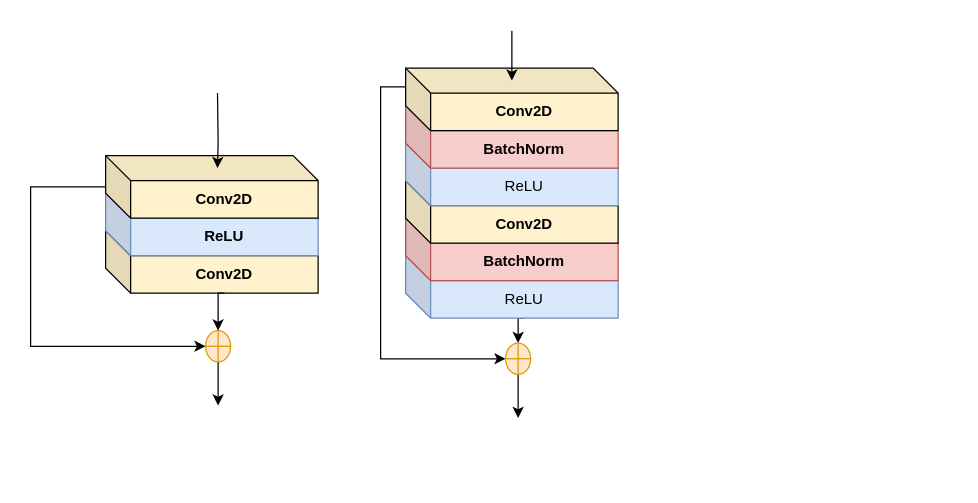
Before: Untitled Diagram.drawio in Harshra1-ultra/HARSH_RAJ, a draw.io diagram. Source tidied: cells renumbered, new cells numbered last; positions are measured from the earlier drawing's top-left corner, leaving out a move shared by most shapes. Both pictures are drawn from the tidied source at 125%, with x=0, y=0 at pixel (30, 30).
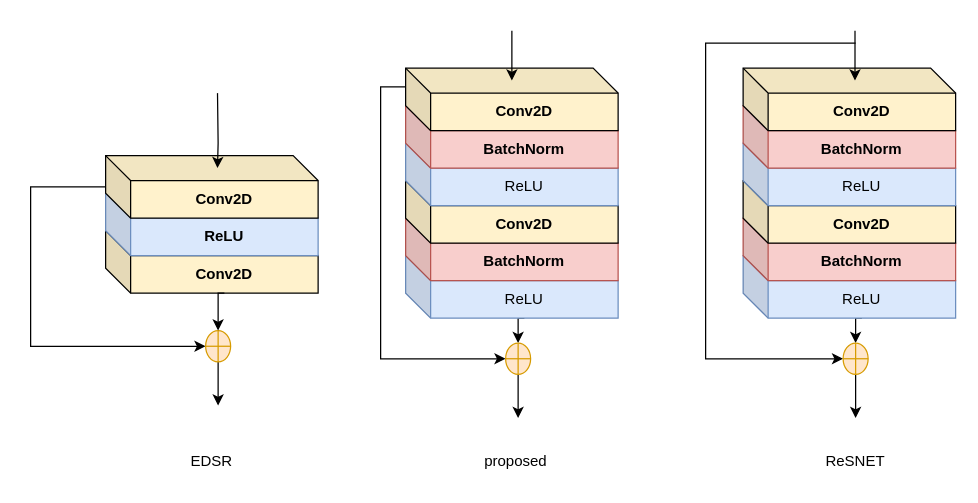
After the change.

Diff of the diagram source:
```diff
@@
+    <mxCell id="21" style="edgeStyle=orthogonalEdgeStyle;rounded=0;jettySize=auto;html=1;exitX=0;exitY=0;exitDx=95;exitDy=50;exitPerimeter=0;entryX=0.5;entryY=0;entryDx=0;entryDy=0;" parent="1" edge="1" source="22" target="30">
+      <mxGeometry relative="1" as="geometry" />
+    </mxCell>
+    <mxCell id="22" value="ReLU" style="shape=cube;whiteSpace=wrap;html=1;boundedLbl=1;backgroundOutline=1;darkOpacity=0.05;darkOpacity2=0.1;fillColor=#dae8fc;strokeColor=#6c8ebf;" parent="1" vertex="1">
+      <mxGeometry x="570" y="180" width="170" height="50" as="geometry" />
+    </mxCell>
+    <mxCell id="23" value="BatchNorm" style="shape=cube;whiteSpace=wrap;html=1;boundedLbl=1;backgroundOutline=1;darkOpacity=0.05;darkOpacity2=0.1;fillColor=#f8cecc;fontStyle=1;strokeColor=#b85450;" parent="1" vertex="1">
+      <mxGeometry x="570" y="150" width="170" height="50" as="geometry" />
+    </mxCell>
+    <mxCell id="24" value="Conv2D" style="shape=cube;whiteSpace=wrap;html=1;boundedLbl=1;backgroundOutline=1;darkOpacity=0.05;darkOpacity2=0.1;fillColor=#FFF2CC;fontStyle=1;" parent="1" vertex="1">
+      <mxGeometry x="570" y="120" width="170" height="50" as="geometry" />
+    </mxCell>
+    <mxCell id="25" value="ReLU" style="shape=cube;whiteSpace=wrap;html=1;boundedLbl=1;backgroundOutline=1;darkOpacity=0.05;darkOpacity2=0.1;fillColor=#dae8fc;strokeColor=#6c8ebf;" parent="1" vertex="1">
+      <mxGeometry x="570" y="90" width="170" height="50" as="geometry" />
+    </mxCell>
+    <mxCell id="26" value="BatchNorm" style="shape=cube;whiteSpace=wrap;html=1;boundedLbl=1;backgroundOutline=1;darkOpacity=0.05;darkOpacity2=0.1;fillColor=#f8cecc;fontStyle=1;strokeColor=#b85450;" parent="1" vertex="1">
+      <mxGeometry x="570" y="60" width="170" height="50" as="geometry" />
+    </mxCell>
+    <mxCell id="27" style="edgeStyle=orthogonalEdgeStyle;rounded=0;jettySize=auto;html=1;entryX=0;entryY=0.5;entryDx=0;entryDy=0;" parent="1" edge="1" target="30">
+      <mxGeometry relative="1" as="geometry">
+        <mxPoint x="660" y="10" as="sourcePoint" />
+        <Array as="points">
+          <mxPoint x="540" y="10" />
+          <mxPoint x="540" y="263" />
+        </Array>
+      </mxGeometry>
+    </mxCell>
+    <mxCell id="28" value="Conv2D" style="shape=cube;whiteSpace=wrap;html=1;boundedLbl=1;backgroundOutline=1;darkOpacity=0.05;darkOpacity2=0.1;fillColor=#FFF2CC;fontStyle=1;" parent="1" vertex="1">
+      <mxGeometry x="570" y="30" width="170" height="50" as="geometry" />
+    </mxCell>
+    <mxCell id="29" style="edgeStyle=orthogonalEdgeStyle;rounded=0;jettySize=auto;html=1;exitX=0.5;exitY=1;exitDx=0;exitDy=0;" parent="1" edge="1" source="30">
+      <mxGeometry relative="1" as="geometry">
+        <mxPoint x="660" y="310" as="targetPoint" />
+      </mxGeometry>
+    </mxCell>
+    <mxCell id="30" style="shape=orEllipse;perimeter=ellipsePerimeter;whiteSpace=wrap;html=1;backgroundOutline=1;fillColor=#ffe6cc;strokeColor=#d79b00;" parent="1" vertex="1">
+      <mxGeometry x="650" y="250" width="20" height="25" as="geometry" />
+    </mxCell>
+    <mxCell id="31" style="endArrow=classic;html=1;rounded=0;" parent="1" edge="1">
+      <mxGeometry relative="1" as="geometry">
+        <mxPoint x="659.5" as="sourcePoint" />
+        <mxPoint x="659.5" y="40" as="targetPoint" />
+      </mxGeometry>
+    </mxCell>
+    <mxCell id="32" value="EDSR" style="text;strokeColor=none;fillColor=none;html=1;align=center;verticalAlign=middle;whiteSpace=wrap;rounded=0;hachureGap=4;" parent="1" vertex="1">
+      <mxGeometry x="115" y="330" width="60" height="30" as="geometry" />
+    </mxCell>
+    <mxCell id="33" value="proposed&amp;nbsp;" style="text;strokeColor=none;fillColor=none;html=1;align=center;verticalAlign=middle;whiteSpace=wrap;rounded=0;hachureGap=4;" parent="1" vertex="1">
+      <mxGeometry x="360" y="330" width="60" height="30" as="geometry" />
+    </mxCell>
+    <mxCell id="34" value="ReSNET" style="text;strokeColor=none;fillColor=none;html=1;align=center;verticalAlign=middle;whiteSpace=wrap;rounded=0;hachureGap=4;" parent="1" vertex="1">
+      <mxGeometry x="630" y="330" width="60" height="30" as="geometry" />
+    </mxCell>
```
